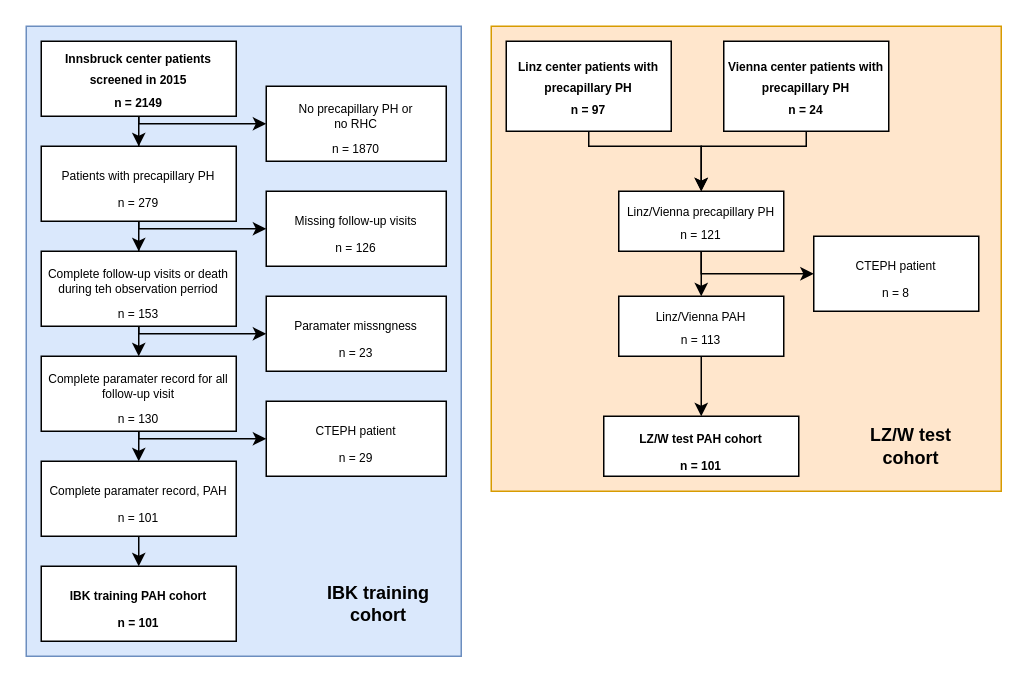
This is aux files/strobe.drawio from PiotrTymoszuk/PAH-biomarker, a draw.io file, before an edit. Source tidied: cells renumbered, new cells numbered last; positions are measured from the earlier drawing's top-left corner, leaving out a move shared by most shapes. Both pictures are drawn from the tidied source at 150%, with x=0, y=0 at pixel (26, 26).
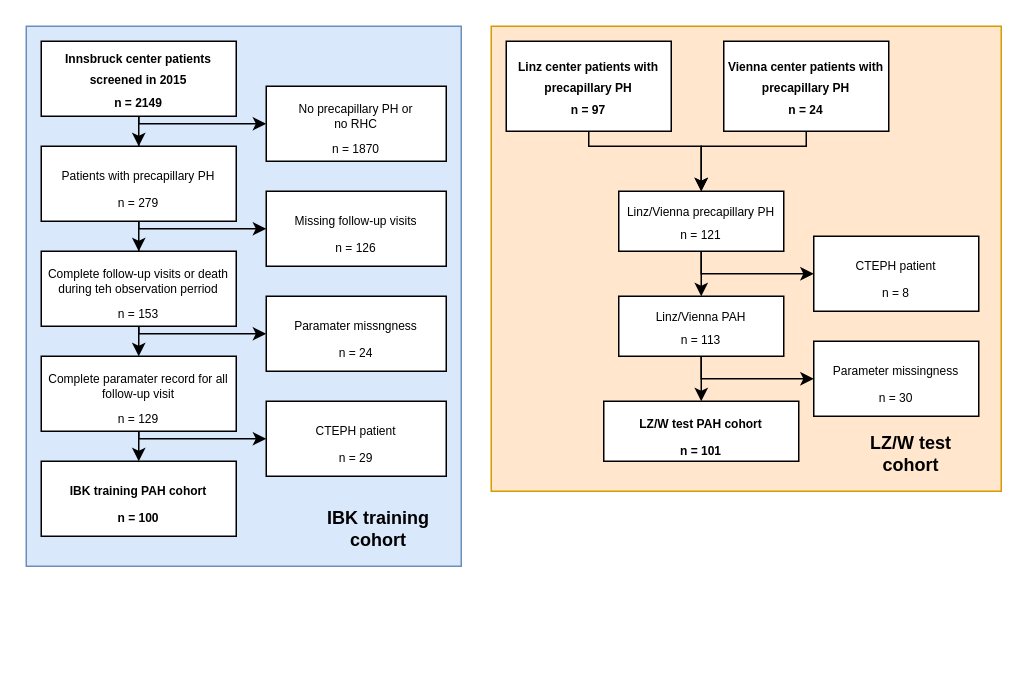
The same page after the edit.

Change to the diagram source:
```diff
@@
+    <mxCell id="36" style="edgeStyle=orthogonalEdgeStyle;rounded=0;jettySize=auto;html=1;entryX=0;entryY=0.5;entryDx=0;entryDy=0;" parent="1" edge="1" target="37">
+      <mxGeometry relative="1" as="geometry">
+        <mxPoint x="450" y="220" as="sourcePoint" />
+        <Array as="points">
+          <mxPoint x="450" y="235" />
+        </Array>
+      </mxGeometry>
+    </mxCell>
@@
     <mxCell id="12" style="rounded=0;whiteSpace=wrap;html=1;verticalAlign=middle;fillColor=#dae8fc;strokeColor=#6c8ebf;" parent="1" vertex="1">
-      <mxGeometry width="290" height="420" as="geometry" />
+      <mxGeometry width="290" height="360" as="geometry" />
     </mxCell>
@@
-    <mxCell id="22" value="&lt;font style=&quot;font-size: 8px&quot; face=&quot;Arial, serif&quot;&gt;&lt;p lang=&quot;en-US&quot; class=&quot;western&quot; align=&quot;center&quot; style=&quot;margin-bottom: 0in&quot;&gt;Complete paramater record for all follow-up visit&lt;/p&gt;&lt;p lang=&quot;en-US&quot; class=&quot;western&quot; align=&quot;center&quot; style=&quot;margin-bottom: 0in&quot;&gt;n = 130&lt;/p&gt;&lt;/font&gt;" style="rounded=0;whiteSpace=wrap;html=1;verticalAlign=middle;spacing=0;" parent="1" vertex="1">
+    <mxCell id="22" value="&lt;font style=&quot;font-size: 8px&quot; face=&quot;Arial, serif&quot;&gt;&lt;p lang=&quot;en-US&quot; class=&quot;western&quot; align=&quot;center&quot; style=&quot;margin-bottom: 0in&quot;&gt;Complete paramater record for all follow-up visit&lt;/p&gt;&lt;p lang=&quot;en-US&quot; class=&quot;western&quot; align=&quot;center&quot; style=&quot;margin-bottom: 0in&quot;&gt;n = 129&lt;/p&gt;&lt;/font&gt;" style="rounded=0;whiteSpace=wrap;html=1;verticalAlign=middle;spacing=0;" parent="1" vertex="1">
       <mxGeometry x="10" y="220" width="130" height="50" as="geometry" />
     </mxCell>
@@
-    <mxCell id="24" value="&lt;font style=&quot;font-size: 8px&quot;&gt;&lt;p lang=&quot;en-US&quot; class=&quot;western&quot; align=&quot;center&quot; style=&quot;margin-bottom: 0in&quot;&gt;&lt;font face=&quot;Arial, serif&quot;&gt;Paramater missngness&lt;/font&gt;&lt;/p&gt;&lt;p lang=&quot;en-US&quot; class=&quot;western&quot; align=&quot;center&quot; style=&quot;margin-bottom: 0in&quot;&gt;&lt;font face=&quot;Arial, serif&quot;&gt;n = 23&lt;/font&gt;&lt;/p&gt;&lt;/font&gt;" style="rounded=0;whiteSpace=wrap;html=1;verticalAlign=middle;spacing=0;" parent="1" vertex="1">
+    <mxCell id="24" value="&lt;font style=&quot;font-size: 8px&quot;&gt;&lt;p lang=&quot;en-US&quot; class=&quot;western&quot; align=&quot;center&quot; style=&quot;margin-bottom: 0in&quot;&gt;&lt;font face=&quot;Arial, serif&quot;&gt;Paramater missngness&lt;/font&gt;&lt;/p&gt;&lt;p lang=&quot;en-US&quot; class=&quot;western&quot; align=&quot;center&quot; style=&quot;margin-bottom: 0in&quot;&gt;&lt;font face=&quot;Arial, serif&quot;&gt;n = 24&lt;/font&gt;&lt;/p&gt;&lt;/font&gt;" style="rounded=0;whiteSpace=wrap;html=1;verticalAlign=middle;spacing=0;" parent="1" vertex="1">
       <mxGeometry x="160" y="180" width="120" height="50" as="geometry" />
     </mxCell>
@@
-    <mxCell id="26" value="&lt;font style=&quot;font-size: 8px&quot; face=&quot;Arial, serif&quot;&gt;&lt;p lang=&quot;en-US&quot; class=&quot;western&quot; align=&quot;center&quot; style=&quot;margin-bottom: 0in&quot;&gt;Complete paramater record, PAH&lt;/p&gt;&lt;p lang=&quot;en-US&quot; class=&quot;western&quot; align=&quot;center&quot; style=&quot;margin-bottom: 0in&quot;&gt;n = 101&lt;/p&gt;&lt;/font&gt;" style="rounded=0;whiteSpace=wrap;html=1;verticalAlign=middle;spacing=0;" parent="1" vertex="1">
-      <mxGeometry x="10" y="290" width="130" height="50" as="geometry" />
-    </mxCell>
-    <mxCell id="27" style="edgeStyle=orthogonalEdgeStyle;rounded=0;jettySize=auto;html=1;exitX=0.5;exitY=1;exitDx=0;exitDy=0;entryX=0.5;entryY=0;entryDx=0;entryDy=0;" parent="1" edge="1" source="22" target="26">
-      <mxGeometry x="30" y="-960" as="geometry" />
+    <mxCell id="27" style="edgeStyle=orthogonalEdgeStyle;rounded=0;jettySize=auto;html=1;exitX=0.5;exitY=1;exitDx=0;exitDy=0;entryX=0.5;entryY=0;entryDx=0;entryDy=0;" parent="1" edge="1" source="22">
+      <mxGeometry x="30" y="-960" as="geometry">
+        <mxPoint x="75" y="290" as="targetPoint" />
+      </mxGeometry>
     </mxCell>
-    <mxCell id="28" value="&lt;font style=&quot;font-size: 8px&quot; face=&quot;Arial, serif&quot;&gt;&lt;p lang=&quot;en-US&quot; class=&quot;western&quot; align=&quot;center&quot; style=&quot;margin-bottom: 0in&quot;&gt;IBK training PAH cohort&lt;/p&gt;&lt;p lang=&quot;en-US&quot; class=&quot;western&quot; align=&quot;center&quot; style=&quot;margin-bottom: 0in&quot;&gt;n = 101&lt;/p&gt;&lt;/font&gt;" style="rounded=0;whiteSpace=wrap;html=1;verticalAlign=middle;spacing=0;fontStyle=1;" parent="1" vertex="1">
-      <mxGeometry x="10" y="360" width="130" height="50" as="geometry" />
+    <mxCell id="28" value="&lt;font style=&quot;font-size: 8px&quot; face=&quot;Arial, serif&quot;&gt;&lt;p lang=&quot;en-US&quot; class=&quot;western&quot; align=&quot;center&quot; style=&quot;margin-bottom: 0in&quot;&gt;IBK training PAH cohort&lt;/p&gt;&lt;p lang=&quot;en-US&quot; class=&quot;western&quot; align=&quot;center&quot; style=&quot;margin-bottom: 0in&quot;&gt;n = 100&lt;/p&gt;&lt;/font&gt;" style="rounded=0;whiteSpace=wrap;html=1;verticalAlign=middle;spacing=0;fontStyle=1;" parent="1" vertex="1">
+      <mxGeometry x="10" y="290" width="130" height="50" as="geometry" />
     </mxCell>
-    <mxCell id="29" style="edgeStyle=orthogonalEdgeStyle;rounded=0;jettySize=auto;html=1;exitX=0.5;exitY=1;exitDx=0;exitDy=0;entryX=0.5;entryY=0;entryDx=0;entryDy=0;" parent="1" edge="1" source="26" target="28">
-      <mxGeometry x="30" y="-960" as="geometry" />
-    </mxCell>
@@
     <mxCell id="32" value="IBK training cohort" style="text;html=1;strokeColor=none;fillColor=none;align=center;verticalAlign=middle;whiteSpace=wrap;rounded=0;fontStyle=1;" parent="1" vertex="1">
-      <mxGeometry x="190" y="370" width="90" height="30" as="geometry" />
+      <mxGeometry x="190" y="320" width="90" height="30" as="geometry" />
     </mxCell>
@@
     <mxCell id="34" value="&lt;font style=&quot;font-size: 8px&quot; face=&quot;Arial, serif&quot;&gt;&lt;p lang=&quot;en-US&quot; class=&quot;western&quot; align=&quot;center&quot; style=&quot;margin-bottom: 0in&quot;&gt;LZ/W test PAH cohort&lt;/p&gt;&lt;p lang=&quot;en-US&quot; class=&quot;western&quot; align=&quot;center&quot; style=&quot;margin-bottom: 0in&quot;&gt;n = 101&lt;/p&gt;&lt;/font&gt;" style="rounded=0;whiteSpace=wrap;html=1;verticalAlign=middle;spacing=0;fontStyle=1;" parent="1" vertex="1">
-      <mxGeometry x="385" y="260" width="130" height="40" as="geometry" />
+      <mxGeometry x="385" y="250" width="130" height="40" as="geometry" />
     </mxCell>
     <mxCell id="35" value="LZ/W test cohort" style="text;html=1;strokeColor=none;fillColor=none;align=center;verticalAlign=middle;whiteSpace=wrap;rounded=0;fontStyle=1;" parent="1" vertex="1">
-      <mxGeometry x="545" y="265" width="90" height="30" as="geometry" />
+      <mxGeometry x="545" y="270" width="90" height="30" as="geometry" />
     </mxCell>
+    <mxCell id="37" value="&lt;font style=&quot;font-size: 8px&quot; face=&quot;Arial, serif&quot;&gt;&lt;p lang=&quot;en-US&quot; class=&quot;western&quot; align=&quot;center&quot; style=&quot;margin-bottom: 0in&quot;&gt;Parameter missingness&lt;/p&gt;&lt;p lang=&quot;en-US&quot; class=&quot;western&quot; align=&quot;center&quot; style=&quot;margin-bottom: 0in&quot;&gt;n = 30&lt;/p&gt;&lt;/font&gt;" style="rounded=0;whiteSpace=wrap;html=1;verticalAlign=middle;spacing=0;" parent="1" vertex="1">
+      <mxGeometry x="525" y="210" width="110" height="50" as="geometry" />
+    </mxCell>
```
